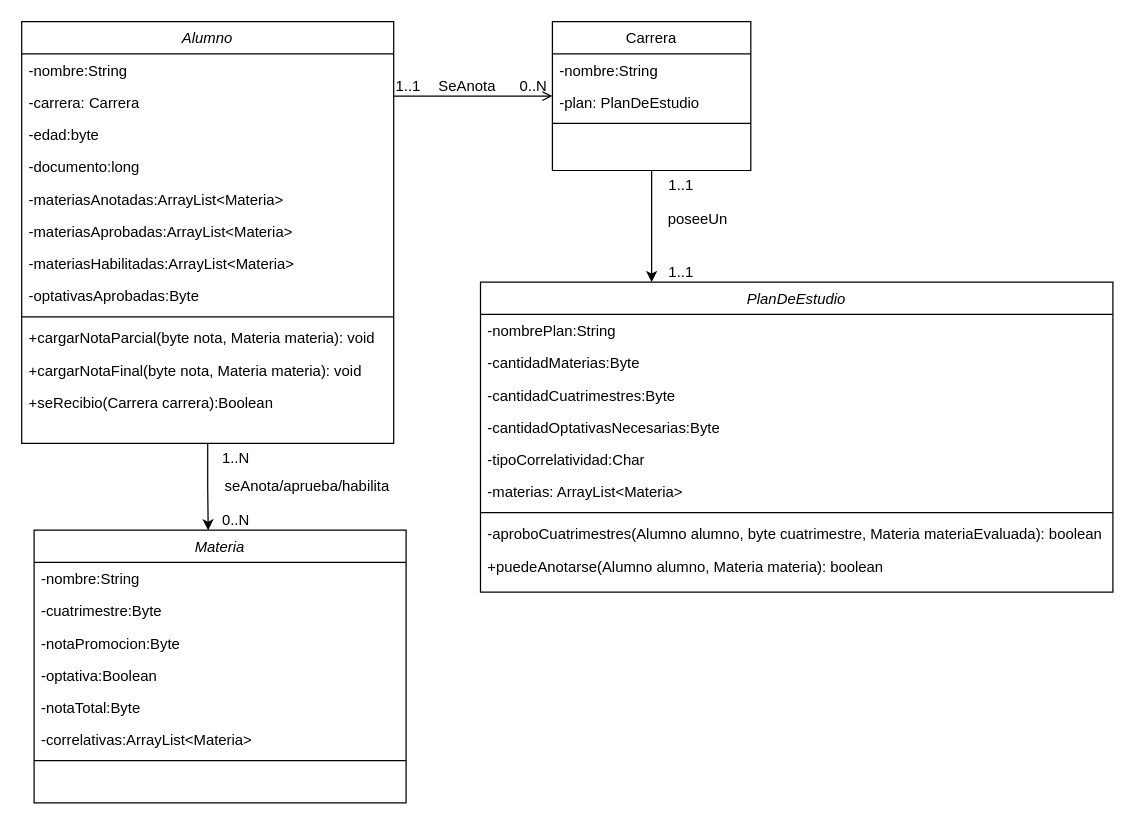
The draw.io diagram IntegradorPoo.drawio in lucasvela1/Proyectos-practicas, before the edit. Source tidied: cells renumbered, new cells numbered last; positions are measured from the earlier drawing's top-left corner, leaving out a move shared by most shapes. Both pictures are drawn from the tidied source at 124%, with x=0, y=0 at pixel (21, 21).
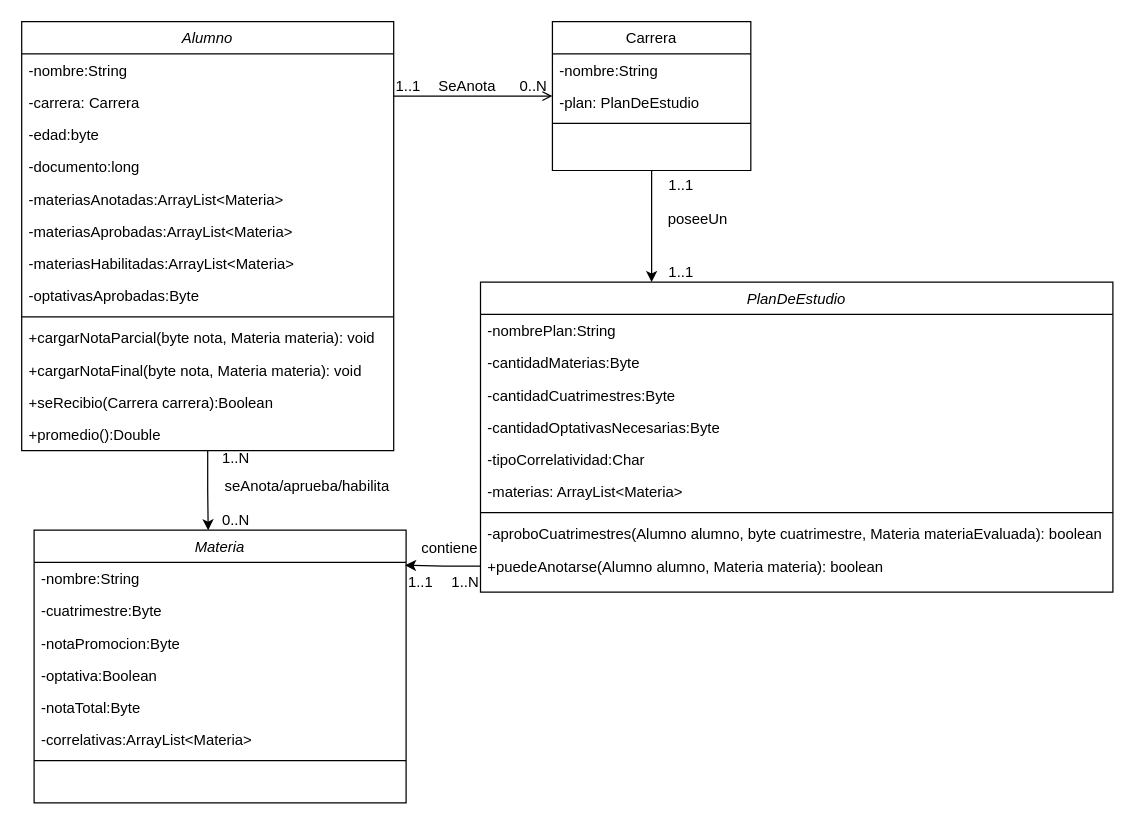
The same page after the edit.

Unchanged cells that the change refers to:
```xml
<mxCell id="32" value="+puedeAnotarse(Alumno alumno, Materia materia): boolean" style="text;align=left;verticalAlign=top;spacingLeft=4;spacingRight=4;overflow=hidden;points=[[0,0.5],[1,0.5]];portConstraint=eastwest;" parent="23" vertex="1">
  <mxGeometry y="216" width="510" height="26" as="geometry" />
</mxCell>
<mxCell id="35" value="-nombre:String" style="text;align=left;verticalAlign=top;spacingLeft=4;spacingRight=4;overflow=hidden;points=[[0,0.5],[1,0.5]];portConstraint=eastwest;" parent="34" vertex="1">
  <mxGeometry y="26" width="300" height="26" as="geometry" />
</mxCell>
```

The edit, as a diff of the source:
```diff
@@
     <mxCell id="2" value="Alumno" style="swimlane;fontStyle=2;align=center;verticalAlign=top;horizontal=1;startSize=26;rounded=0;shadow=0;strokeWidth=1;" parent="1" vertex="1">
-      <mxGeometry width="300" height="340" as="geometry" />
+      <mxGeometry width="300" height="346" as="geometry" />
     </mxCell>
@@
+    <mxCell id="49" value="+promedio():Double" style="text;align=left;verticalAlign=top;spacingLeft=4;spacingRight=4;overflow=hidden;" parent="2" vertex="1">
+      <mxGeometry y="320" width="300" height="26" as="geometry" />
+    </mxCell>
@@
+    <mxCell id="50" style="edgeStyle=orthogonalEdgeStyle;rounded=0;jettySize=auto;html=1;exitX=0;exitY=0.5;exitDx=0;exitDy=0;entryX=0.997;entryY=0.09;entryDx=0;entryDy=0;entryPerimeter=0;" parent="1" edge="1" source="32" target="35">
+      <mxGeometry relative="1" as="geometry" />
+    </mxCell>
+    <mxCell id="51" value="contiene" style="text;html=1;align=center;verticalAlign=middle;strokeColor=none;fillColor=none;" parent="1" vertex="1">
+      <mxGeometry x="310" y="410" width="70" height="30" as="geometry" />
+    </mxCell>
+    <mxCell id="52" value="1..N" style="align=left;verticalAlign=bottom;labelBackgroundColor=none;fontSize=12;rotation=0;" parent="1" vertex="1">
+      <mxGeometry x="345" y="460" as="geometry" />
+    </mxCell>
+    <mxCell id="53" value="1..1" style="align=left;verticalAlign=bottom;labelBackgroundColor=none;fontSize=12;rotation=0;" parent="1" vertex="1">
+      <mxGeometry x="310" y="460" as="geometry" />
+    </mxCell>
```
